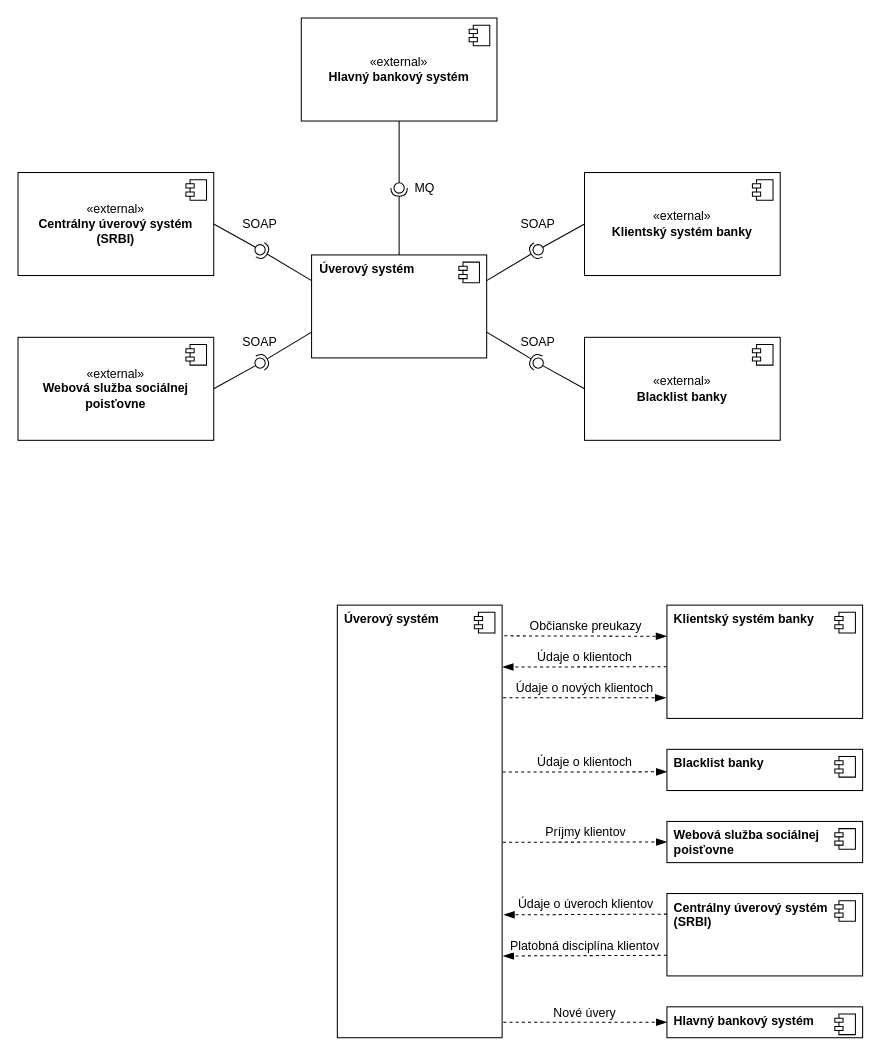
Above: UML/Kontextovy.drawio in KubkoFrano/VyvojVelkychAplikacii (draw.io), before the change. Source tidied: cells renumbered, new cells numbered last; positions are measured from the earlier drawing's top-left corner, leaving out a move shared by most shapes. Both pictures are drawn from the tidied source at 103%, with x=0, y=0 at pixel (18, 18).
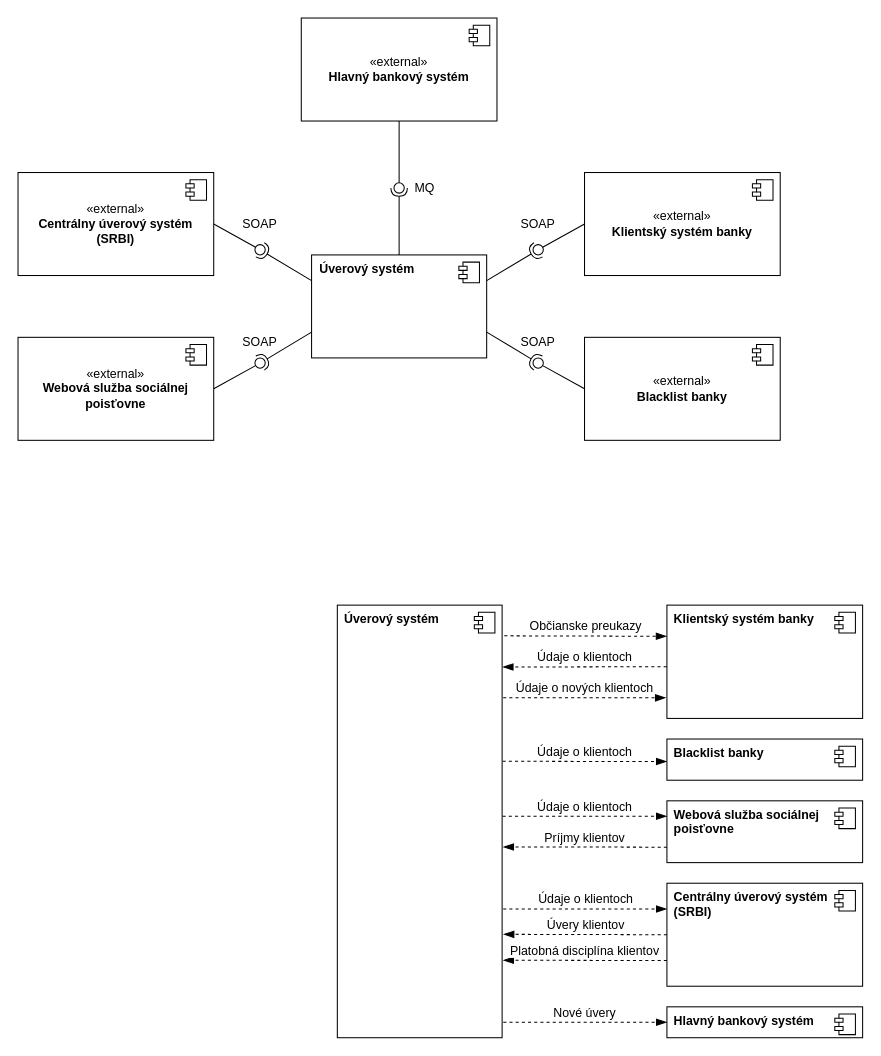
The same diagram, later.

The change refers to these unchanged cells:
```xml
<mxCell id="34" value="&lt;b&gt;Úverový systém&lt;/b&gt;" style="html=1;align=left;labelPosition=center;verticalLabelPosition=middle;verticalAlign=top;whiteSpace=wrap;spacingLeft=5;" parent="1" vertex="1">
  <mxGeometry x="310" y="570" width="160" height="420" as="geometry" />
</mxCell>
```

What changed in the source:
```diff
@@
     <mxCell id="41" value="&lt;b&gt;Blacklist banky&lt;/b&gt;" style="html=1;whiteSpace=wrap;align=left;verticalAlign=top;spacingLeft=5;" parent="1" vertex="1">
-      <mxGeometry x="630" y="710" width="190" height="40" as="geometry" />
+      <mxGeometry x="630" y="700" width="190" height="40" as="geometry" />
     </mxCell>
@@
-    <mxCell id="43" value="Údaje o klientoch" style="html=1;verticalAlign=bottom;endArrow=blockThin;dashed=1;endSize=8;curved=0;rounded=0;fontSize=12;entryX=0;entryY=0.546;entryDx=0;entryDy=0;exitX=1.003;exitY=0.386;exitDx=0;exitDy=0;exitPerimeter=0;endFill=1;entryPerimeter=0;" parent="1" edge="1" source="34" target="41">
+    <mxCell id="43" value="Údaje o klientoch" style="html=1;verticalAlign=bottom;endArrow=blockThin;dashed=1;endSize=8;curved=0;rounded=0;fontSize=12;entryX=0;entryY=0.546;entryDx=0;entryDy=0;exitX=1.003;exitY=0.361;exitDx=0;exitDy=0;exitPerimeter=0;endFill=1;entryPerimeter=0;" parent="1" edge="1" source="34" target="41">
       <mxGeometry relative="1" as="geometry" />
     </mxCell>
     <mxCell id="44" value="&lt;b&gt;Webová služba sociálnej poisťovne&lt;/b&gt;" style="html=1;whiteSpace=wrap;align=left;verticalAlign=top;spacingLeft=5;" parent="1" vertex="1">
-      <mxGeometry x="630" y="780" width="190" height="40" as="geometry" />
+      <mxGeometry x="630" y="760" width="190" height="60" as="geometry" />
     </mxCell>
@@
-    <mxCell id="46" value="Príjmy klientov" style="html=1;verticalAlign=bottom;endArrow=blockThin;dashed=1;endSize=8;curved=0;rounded=0;fontSize=12;entryX=0;entryY=0.5;entryDx=0;entryDy=0;exitX=1.005;exitY=0.548;exitDx=0;exitDy=0;exitPerimeter=0;endFill=1;" parent="1" edge="1" source="34" target="44">
+    <mxCell id="46" value="Príjmy klientov" style="html=1;verticalAlign=bottom;endArrow=blockThin;dashed=1;endSize=8;curved=0;rounded=0;fontSize=12;entryX=1.006;entryY=0.559;entryDx=0;entryDy=0;exitX=0;exitY=0.75;exitDx=0;exitDy=0;endFill=1;entryPerimeter=0;" parent="1" edge="1" source="44" target="34">
       <mxGeometry relative="1" as="geometry" />
     </mxCell>
     <mxCell id="47" value="&lt;b style=&quot;text-align: center;&quot;&gt;Centrálny úverový systém (SRBI)&lt;/b&gt;" style="html=1;whiteSpace=wrap;align=left;verticalAlign=top;spacingLeft=5;" parent="1" vertex="1">
-      <mxGeometry x="630" y="850" width="190" height="80" as="geometry" />
+      <mxGeometry x="630" y="840" width="190" height="100" as="geometry" />
     </mxCell>
@@
-    <mxCell id="49" value="Platobná disciplína klientov" style="html=1;verticalAlign=bottom;endArrow=blockThin;dashed=1;endSize=8;curved=0;rounded=0;fontSize=12;entryX=1.006;entryY=0.811;entryDx=0;entryDy=0;exitX=0;exitY=0.75;exitDx=0;exitDy=0;endFill=1;entryPerimeter=0;" parent="1" edge="1" source="47" target="34">
+    <mxCell id="49" value="Platobná disciplína klientov" style="html=1;verticalAlign=bottom;endArrow=blockThin;dashed=1;endSize=8;curved=0;rounded=0;fontSize=12;entryX=1.006;entryY=0.821;entryDx=0;entryDy=0;exitX=0;exitY=0.75;exitDx=0;exitDy=0;endFill=1;entryPerimeter=0;" parent="1" edge="1" source="47" target="34">
       <mxGeometry relative="1" as="geometry" />
     </mxCell>
-    <mxCell id="50" value="Údaje o úveroch klientov" style="html=1;verticalAlign=bottom;endArrow=blockThin;dashed=1;endSize=8;curved=0;rounded=0;fontSize=12;entryX=1.01;entryY=0.716;entryDx=0;entryDy=0;exitX=0;exitY=0.25;exitDx=0;exitDy=0;endFill=1;entryPerimeter=0;" parent="1" edge="1" source="47" target="34">
+    <mxCell id="50" value="Úvery klientov" style="html=1;verticalAlign=bottom;endArrow=blockThin;dashed=1;endSize=8;curved=0;rounded=0;fontSize=12;entryX=1.008;entryY=0.761;entryDx=0;entryDy=0;exitX=0;exitY=0.5;exitDx=0;exitDy=0;endFill=1;entryPerimeter=0;" parent="1" edge="1" source="47" target="34">
       <mxGeometry relative="1" as="geometry" />
     </mxCell>
@@
+    <mxCell id="54" value="Údaje o klientoch" style="html=1;verticalAlign=bottom;endArrow=blockThin;dashed=1;endSize=8;curved=0;rounded=0;fontSize=12;entryX=0;entryY=0.25;entryDx=0;entryDy=0;exitX=1.003;exitY=0.488;exitDx=0;exitDy=0;endFill=1;exitPerimeter=0;" parent="1" edge="1" source="34" target="44">
+      <mxGeometry relative="1" as="geometry" />
+    </mxCell>
+    <mxCell id="55" value="Údaje o klientoch" style="html=1;verticalAlign=bottom;endArrow=blockThin;dashed=1;endSize=8;curved=0;rounded=0;fontSize=12;endFill=1;entryX=0;entryY=0.25;entryDx=0;entryDy=0;" parent="1" edge="1" target="47">
+      <mxGeometry relative="1" as="geometry">
+        <mxPoint x="471" y="865" as="sourcePoint" />
+      </mxGeometry>
+    </mxCell>
```
